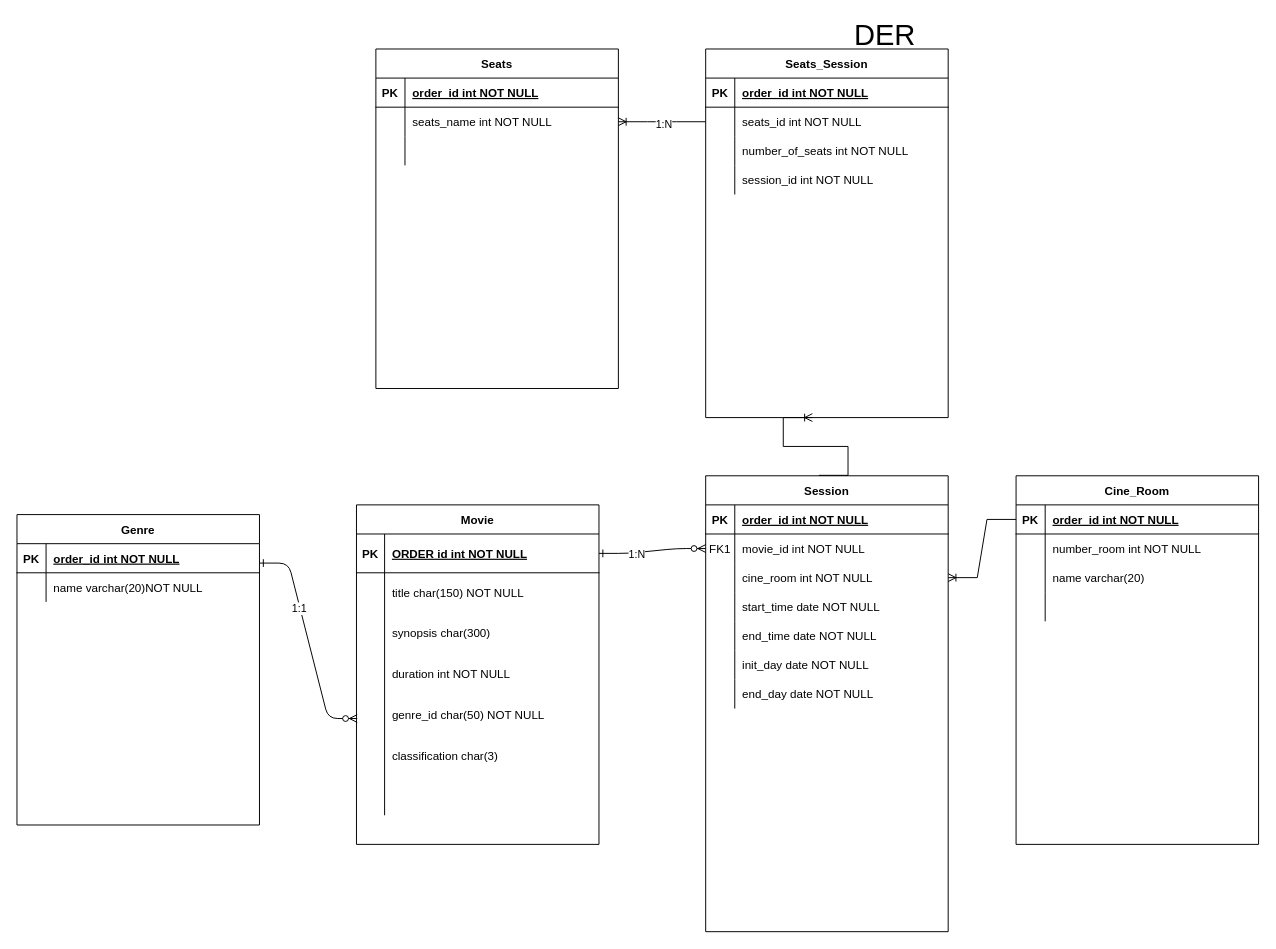
The draw.io diagram DER_TicketSales.drawio in EstevaoFCardoso/ecommerce-distribuido, before the edit. Source tidied: cells renumbered, new cells numbered last; positions are measured from the earlier drawing's top-left corner, leaving out a move shared by most shapes. Both pictures are drawn from the tidied source at 97%, with x=0, y=0 at pixel (16, 29).
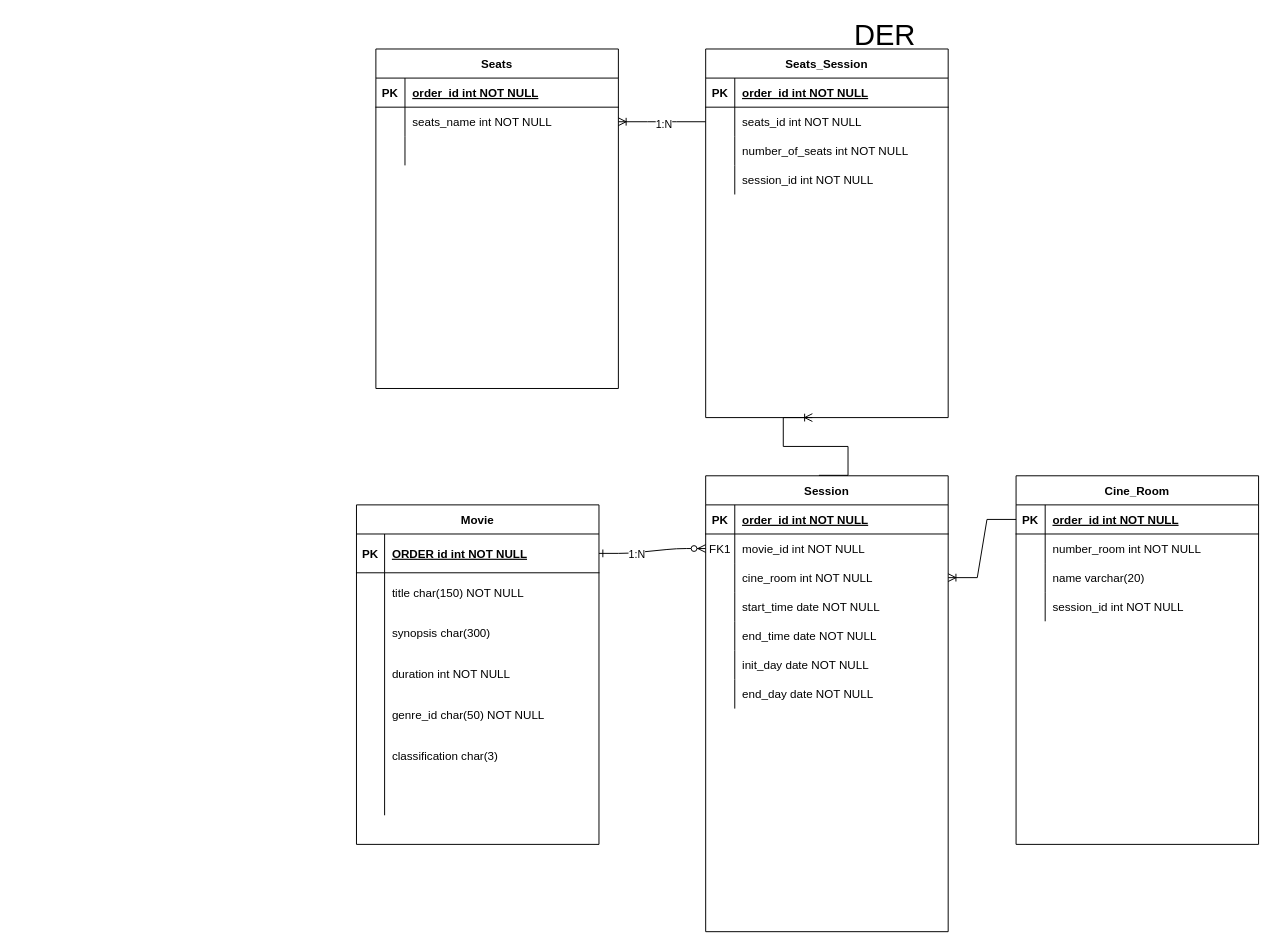
After the change.

Unchanged cells that the change refers to:
```xml
<mxCell id="32" style="shape=partialRectangle;fillColor=none;points=[[0,0.5],[1,0.5]];portConstraint=eastwest;top=0;left=0;right=0;bottom=0;" parent="28" vertex="1">
  <mxGeometry y="70" width="250" height="250" as="geometry" />
</mxCell>
```

What changed in the source:
```diff
@@
-    <mxCell id="46" value="Genre" style="shape=table;startSize=30;childLayout=tableLayout;rowLines=0;fontStyle=1;align=center;" parent="1" vertex="1">
-      <mxGeometry y="500" width="250" height="320" as="geometry" />
-    </mxCell>
-    <mxCell id="47" style="shape=partialRectangle;fillColor=none;top=0;left=0;right=0;bottom=1;" parent="46" vertex="1">
-      <mxGeometry y="30" width="250" height="30" as="geometry" />
-    </mxCell>
-    <mxCell id="48" value="PK" style="shape=partialRectangle;overflow=hidden;fillColor=none;top=0;left=0;bottom=0;right=0;fontStyle=1;" parent="47" vertex="1">
-      <mxGeometry width="30" height="30" as="geometry" />
-    </mxCell>
-    <mxCell id="49" value="order_id int NOT NULL " style="shape=partialRectangle;overflow=hidden;fillColor=none;top=0;left=0;bottom=0;right=0;align=left;spacingLeft=6;fontStyle=5;" parent="47" vertex="1">
-      <mxGeometry x="30" width="220" height="30" as="geometry" />
-    </mxCell>
-    <mxCell id="50" style="shape=partialRectangle;fillColor=none;top=0;left=0;right=0;bottom=0;" parent="46" vertex="1">
-      <mxGeometry y="60" width="250" height="30" as="geometry" />
-    </mxCell>
-    <mxCell id="51" style="shape=partialRectangle;overflow=hidden;fillColor=none;top=0;left=0;bottom=0;right=0;" parent="50" vertex="1">
-      <mxGeometry width="30" height="30" as="geometry" />
-    </mxCell>
-    <mxCell id="52" value="name varchar(20)NOT NULL" style="shape=partialRectangle;overflow=hidden;fillColor=none;top=0;left=0;bottom=0;right=0;align=left;spacingLeft=6;" parent="50" vertex="1">
-      <mxGeometry x="30" width="220" height="30" as="geometry" />
-    </mxCell>
-    <mxCell id="53" style="edgeStyle=entityRelationEdgeStyle;endArrow=ERzeroToMany;startArrow=ERone;endFill=1;startFill=0;entryX=0.003;entryY=0.601;entryDx=0;entryDy=0;entryPerimeter=0;" parent="1" edge="1" target="32">
-      <mxGeometry relative="1" as="geometry">
-        <mxPoint x="250" y="550" as="sourcePoint" />
-      </mxGeometry>
-    </mxCell>
-    <mxCell id="54" value="1:1" style="edgeLabel;html=1;align=center;verticalAlign=middle;" parent="53" vertex="1">
-      <mxGeometry x="-0.31" y="-1" relative="1" as="geometry" />
-    </mxCell>
@@
+    <mxCell id="85" value="session_id int NOT NULL" style="shape=partialRectangle;overflow=hidden;fillColor=none;top=0;left=0;bottom=0;right=0;align=left;spacingLeft=6;" parent="1" vertex="1">
+      <mxGeometry x="1060" y="580" width="220" height="30" as="geometry" />
+    </mxCell>
```
